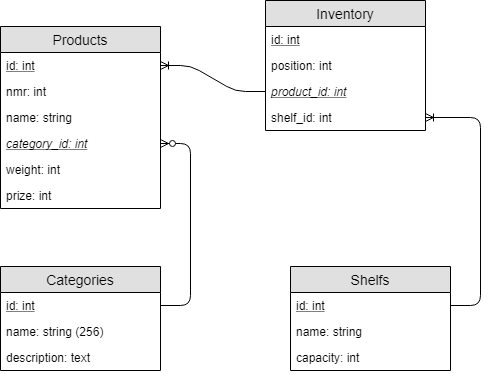
callidaria/pen-testing keeps this draw.io diagram as dev/models/DB_Schema.png. Above is the earlier version. Source tidied: cells renumbered, new cells last; positions are measured from the earlier drawing's top-left corner, leaving out a move shared by most shapes.
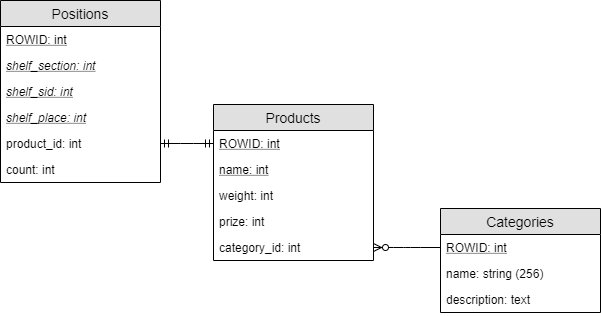
After the commit.

The edit, as a diff of the source:
```diff
@@ -2,49 +2,49 @@
   <root>
     <mxCell id="0" />
     <mxCell id="1" parent="0" />
-    <mxCell id="2" value="Products" style="swimlane;fontStyle=0;horizontal=1;startSize=26;fillColor=#e0e0e0;swimlaneFillColor=#ffffff;align=center;fontSize=14;" parent="1" vertex="1">
-      <mxGeometry y="26" width="160" height="182" as="geometry" />
+    <mxCell id="2" value="Positions" style="swimlane;fontStyle=0;horizontal=1;startSize=26;fillColor=#e0e0e0;swimlaneFillColor=#ffffff;align=center;fontSize=14;" parent="1" vertex="1">
+      <mxGeometry x="20" y="-4" width="160" height="182" as="geometry" />
     </mxCell>
-    <mxCell id="3" value="id: int" style="text;strokeColor=none;fillColor=none;spacingLeft=4;spacingRight=4;overflow=hidden;points=[[0,0.5],[1,0.5]];portConstraint=eastwest;fontSize=12;fontStyle=4;" parent="2" vertex="1">
+    <mxCell id="3" value="ROWID: int" style="text;strokeColor=none;fillColor=none;spacingLeft=4;spacingRight=4;overflow=hidden;points=[[0,0.5],[1,0.5]];portConstraint=eastwest;fontSize=12;fontStyle=4;" parent="2" vertex="1">
       <mxGeometry y="26" width="160" height="26" as="geometry" />
     </mxCell>
-    <mxCell id="4" value="nmr: int" style="text;strokeColor=none;fillColor=none;spacingLeft=4;spacingRight=4;overflow=hidden;fontSize=12;" parent="2" vertex="1">
+    <mxCell id="4" value="shelf_section: int" style="text;strokeColor=none;fillColor=none;spacingLeft=4;spacingRight=4;overflow=hidden;fontSize=12;fontStyle=6;" parent="2" vertex="1">
       <mxGeometry y="52" width="160" height="26" as="geometry" />
     </mxCell>
+    <mxCell id="25" value="shelf_sid: int" style="text;strokeColor=none;fillColor=none;spacingLeft=4;spacingRight=4;overflow=hidden;fontSize=12;fontStyle=6;" parent="2" vertex="1">
+      <mxGeometry y="78" width="160" height="26" as="geometry" />
+    </mxCell>
+    <mxCell id="26" value="shelf_place: int" style="text;strokeColor=none;fillColor=none;spacingLeft=4;spacingRight=4;overflow=hidden;fontSize=12;fontStyle=6;" parent="2" vertex="1">
+      <mxGeometry y="104" width="160" height="26" as="geometry" />
+    </mxCell>
-    <mxCell id="5" value="name: string" style="text;strokeColor=none;fillColor=none;spacingLeft=4;spacingRight=4;overflow=hidden;points=[[0,0.5],[1,0.5]];portConstraint=eastwest;fontSize=12;" parent="2" vertex="1">
-      <mxGeometry y="78" width="160" height="26" as="geometry" />
+    <mxCell id="5" value="product_id: int" style="text;strokeColor=none;fillColor=none;spacingLeft=4;spacingRight=4;overflow=hidden;points=[[0,0.5],[1,0.5]];portConstraint=eastwest;fontSize=12;" parent="2" vertex="1">
+      <mxGeometry y="130" width="160" height="26" as="geometry" />
     </mxCell>
-    <mxCell id="6" value="category_id: int" style="text;strokeColor=none;fillColor=none;spacingLeft=4;spacingRight=4;overflow=hidden;points=[[0,0.5],[1,0.5]];portConstraint=eastwest;fontSize=12;fontStyle=6;" parent="2" vertex="1">
-      <mxGeometry y="104" width="160" height="26" as="geometry" />
-    </mxCell>
-    <mxCell id="7" value="weight: int" style="text;strokeColor=none;fillColor=none;spacingLeft=4;spacingRight=4;overflow=hidden;fontSize=12;" parent="2" vertex="1">
-      <mxGeometry y="130" width="160" height="26" as="geometry" />
-    </mxCell>
-    <mxCell id="8" value="prize: int" style="text;strokeColor=none;fillColor=none;spacingLeft=4;spacingRight=4;overflow=hidden;fontSize=12;" parent="2" vertex="1">
-      <mxGeometry y="156" width="160" height="26" as="geometry" />
-    </mxCell>
+    <mxCell id="27" value="count: int" style="text;strokeColor=none;fillColor=none;spacingLeft=4;spacingRight=4;overflow=hidden;fontSize=12;" parent="2" vertex="1">
+      <mxGeometry y="156" width="160" height="26" as="geometry" />
+    </mxCell>
-    <mxCell id="9" value="Inventory" style="swimlane;fontStyle=0;horizontal=1;startSize=26;fillColor=#e0e0e0;swimlaneFillColor=#ffffff;align=center;fontSize=14;" parent="1" vertex="1">
-      <mxGeometry x="265" width="160" height="130" as="geometry" />
+    <mxCell id="9" value="Products" style="swimlane;fontStyle=0;horizontal=1;startSize=26;fillColor=#e0e0e0;swimlaneFillColor=#ffffff;align=center;fontSize=14;" parent="1" vertex="1">
+      <mxGeometry x="233" y="100" width="160" height="156" as="geometry" />
     </mxCell>
-    <mxCell id="10" value="id: int" style="text;strokeColor=none;fillColor=none;spacingLeft=4;spacingRight=4;overflow=hidden;points=[[0,0.5],[1,0.5]];portConstraint=eastwest;fontSize=12;fontStyle=4;" parent="9" vertex="1">
+    <mxCell id="10" value="ROWID: int" style="text;strokeColor=none;fillColor=none;spacingLeft=4;spacingRight=4;overflow=hidden;points=[[0,0.5],[1,0.5]];portConstraint=eastwest;fontSize=12;fontStyle=4;" parent="9" vertex="1">
       <mxGeometry y="26" width="160" height="26" as="geometry" />
     </mxCell>
-    <mxCell id="11" value="position: int" style="text;strokeColor=none;fillColor=none;spacingLeft=4;spacingRight=4;overflow=hidden;fontSize=12;fontStyle=0;" parent="9" vertex="1">
-      <mxGeometry y="52" width="160" height="26" as="geometry" />
-    </mxCell>
-    <mxCell id="12" value="product_id: int" style="text;strokeColor=none;fillColor=none;spacingLeft=4;spacingRight=4;overflow=hidden;points=[[0,0.5],[1,0.5]];portConstraint=eastwest;fontSize=12;fontStyle=6;" parent="9" vertex="1">
-      <mxGeometry y="78" width="160" height="26" as="geometry" />
+    <mxCell id="12" value="name: int" style="text;strokeColor=none;fillColor=none;spacingLeft=4;spacingRight=4;overflow=hidden;points=[[0,0.5],[1,0.5]];portConstraint=eastwest;fontSize=12;fontStyle=4;" parent="9" vertex="1">
+      <mxGeometry y="52" width="160" height="26" as="geometry" />
     </mxCell>
-    <mxCell id="13" value="shelf_id: int" style="text;strokeColor=none;fillColor=none;spacingLeft=4;spacingRight=4;overflow=hidden;points=[[0,0.5],[1,0.5]];portConstraint=eastwest;fontSize=12;" parent="9" vertex="1">
-      <mxGeometry y="104" width="160" height="26" as="geometry" />
+    <mxCell id="13" value="weight: int" style="text;strokeColor=none;fillColor=none;spacingLeft=4;spacingRight=4;overflow=hidden;points=[[0,0.5],[1,0.5]];portConstraint=eastwest;fontSize=12;" parent="9" vertex="1">
+      <mxGeometry y="78" width="160" height="26" as="geometry" />
     </mxCell>
-    <mxCell id="14" style="edgeStyle=entityRelationEdgeStyle;fontSize=12;html=1;endArrow=ERoneToMany;" parent="1" edge="1" source="12" target="3">
-      <mxGeometry relative="1" as="geometry" />
-    </mxCell>
+    <mxCell id="8" value="prize: int" style="text;strokeColor=none;fillColor=none;spacingLeft=4;spacingRight=4;overflow=hidden;fontSize=12;" parent="9" vertex="1">
+      <mxGeometry y="104" width="160" height="26" as="geometry" />
+    </mxCell>
+    <mxCell id="6" value="category_id: int" style="text;strokeColor=none;fillColor=none;spacingLeft=4;spacingRight=4;overflow=hidden;points=[[0,0.5],[1,0.5]];portConstraint=eastwest;fontSize=12;" parent="9" vertex="1">
+      <mxGeometry y="130" width="160" height="26" as="geometry" />
+    </mxCell>
     <mxCell id="15" value="Categories" style="swimlane;fontStyle=0;horizontal=1;startSize=26;fillColor=#e0e0e0;swimlaneFillColor=#ffffff;align=center;fontSize=14;" parent="1" vertex="1">
-      <mxGeometry y="266" width="160" height="104" as="geometry" />
+      <mxGeometry x="460" y="204" width="160" height="104" as="geometry" />
     </mxCell>
-    <mxCell id="16" value="id: int" style="text;strokeColor=none;fillColor=none;spacingLeft=4;spacingRight=4;overflow=hidden;points=[[0,0.5],[1,0.5]];portConstraint=eastwest;fontSize=12;fontStyle=4;" parent="15" vertex="1">
+    <mxCell id="16" value="ROWID: int" style="text;strokeColor=none;fillColor=none;spacingLeft=4;spacingRight=4;overflow=hidden;points=[[0,0.5],[1,0.5]];portConstraint=eastwest;fontSize=12;fontStyle=4;" parent="15" vertex="1">
       <mxGeometry y="26" width="160" height="26" as="geometry" />
     </mxCell>
     <mxCell id="17" value="name: string (256)" style="text;strokeColor=none;fillColor=none;spacingLeft=4;spacingRight=4;overflow=hidden;fontSize=12;" parent="15" vertex="1">
@@ -56,20 +56,8 @@
     <mxCell id="19" style="edgeStyle=entityRelationEdgeStyle;fontSize=12;html=1;endArrow=ERzeroToMany;endFill=1;" parent="1" edge="1" source="16" target="6">
       <mxGeometry relative="1" as="geometry" />
     </mxCell>
-    <mxCell id="20" value="Shelfs" style="swimlane;fontStyle=0;horizontal=1;startSize=26;fillColor=#e0e0e0;swimlaneFillColor=#ffffff;align=center;fontSize=14;" parent="1" vertex="1">
-      <mxGeometry x="290" y="266" width="160" height="104" as="geometry" />
-    </mxCell>
-    <mxCell id="21" value="id: int" style="text;strokeColor=none;fillColor=none;spacingLeft=4;spacingRight=4;overflow=hidden;points=[[0,0.5],[1,0.5]];portConstraint=eastwest;fontSize=12;fontStyle=4;" parent="20" vertex="1">
-      <mxGeometry y="26" width="160" height="26" as="geometry" />
-    </mxCell>
-    <mxCell id="22" value="name: string" style="text;strokeColor=none;fillColor=none;spacingLeft=4;spacingRight=4;overflow=hidden;fontSize=12;" parent="20" vertex="1">
-      <mxGeometry y="52" width="160" height="26" as="geometry" />
-    </mxCell>
-    <mxCell id="23" value="capacity: int" style="text;strokeColor=none;fillColor=none;spacingLeft=4;spacingRight=4;overflow=hidden;fontSize=12;" parent="20" vertex="1">
-      <mxGeometry y="78" width="160" height="26" as="geometry" />
-    </mxCell>
-    <mxCell id="24" style="edgeStyle=entityRelationEdgeStyle;fontSize=12;html=1;endArrow=ERoneToMany;" parent="1" edge="1" source="21" target="13">
-      <mxGeometry relative="1" as="geometry" />
-    </mxCell>
+    <mxCell id="28" style="edgeStyle=entityRelationEdgeStyle;fontSize=12;html=1;endArrow=ERmandOne;startArrow=ERmandOne;" parent="1" edge="1" source="5" target="10">
+      <mxGeometry relative="1" as="geometry" />
+    </mxCell>
   </root>
 </mxGraphModel>
```
